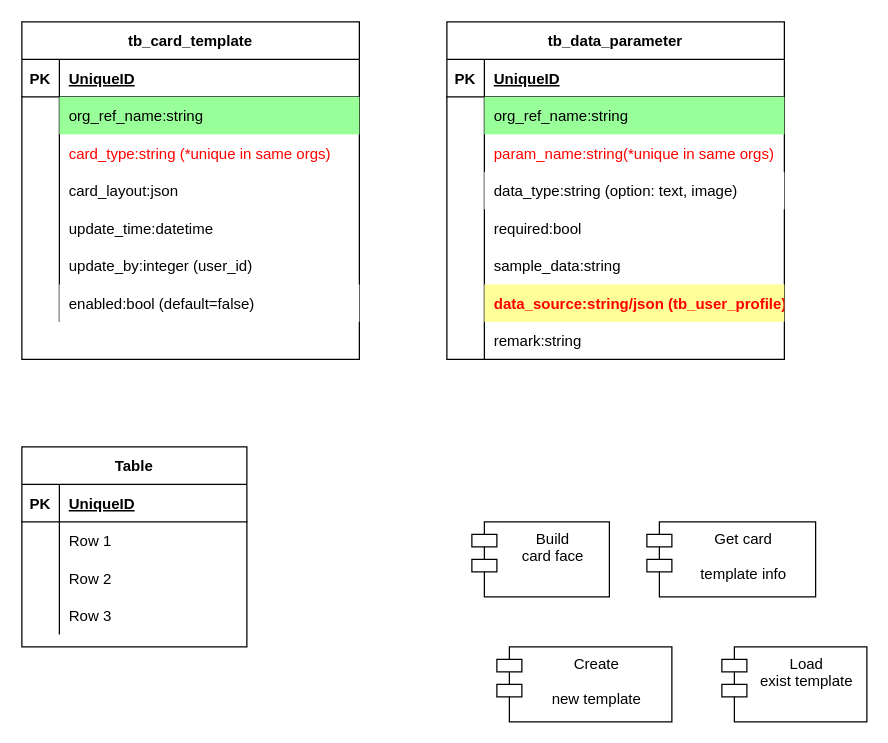
delphihero/MyDocument keeps this draw.io diagram as page "Custom card design" (2 of 4) of SmartPhotoID.drawio. Above is the earlier version. Source tidied: cells renumbered, new cells numbered last; positions are measured from the earlier drawing's top-left corner, leaving out a move shared by most shapes. Both pictures are drawn from the tidied source at 125%, with x=0, y=0 at pixel (21, 21).
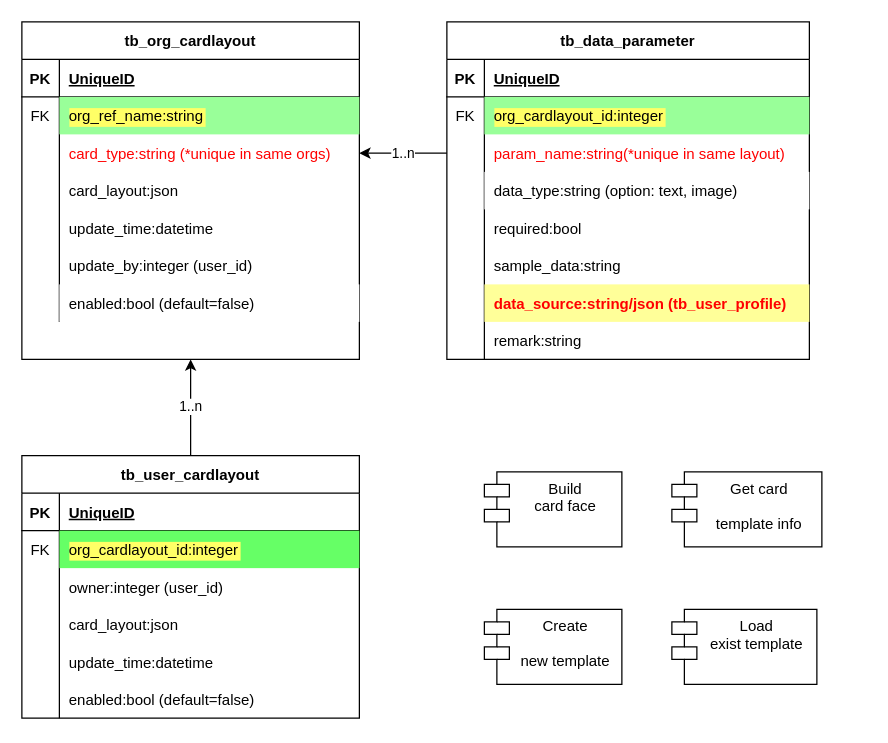
Above is the later version.

Unchanged cells that the change refers to:
```xml
<mxCell id="6" style="shape=partialRectangle;fillColor=none;top=0;left=0;bottom=0;right=0;" parent="2" vertex="1">
  <mxGeometry y="60" width="270" height="30" as="geometry" />
</mxCell>
<mxCell id="9" style="shape=partialRectangle;fillColor=none;top=0;left=0;bottom=0;right=0;points=[[0,0.5],[1,0.5]];portConstraint=eastwest;" parent="2" vertex="1">
  <mxGeometry y="90" width="270" height="30" as="geometry" />
</mxCell>
```

Change to the diagram source:
```diff
@@
-    <mxCell id="2" value="tb_card_template" style="shape=table;startSize=30;childLayout=tableLayout;rowLines=0;fontStyle=1;align=center;rounded=0;shadow=0;glass=0;sketch=0;" parent="1" vertex="1">
+    <mxCell id="2" value="tb_org_cardlayout" style="shape=table;startSize=30;childLayout=tableLayout;rowLines=0;fontStyle=1;align=center;rounded=0;shadow=0;glass=0;sketch=0;labelBackgroundColor=default;" parent="1" vertex="1">
       <mxGeometry width="270" height="270" as="geometry" />
     </mxCell>
@@
-    <mxCell id="7" style="shape=partialRectangle;fillColor=none;top=0;left=0;bottom=0;right=0;overflow=hidden;" parent="6" vertex="1">
+    <mxCell id="7" value="FK" style="shape=partialRectangle;fillColor=none;top=0;left=0;bottom=0;right=0;overflow=hidden;" parent="6" vertex="1">
       <mxGeometry width="30" height="30" as="geometry" />
     </mxCell>
-    <mxCell id="8" value="org_ref_name:string" style="shape=partialRectangle;fillColor=#99FF99;top=0;left=0;bottom=0;right=0;align=left;spacingLeft=6;overflow=hidden;" parent="6" vertex="1">
+    <mxCell id="8" value="org_ref_name:string" style="shape=partialRectangle;fillColor=#99FF99;top=0;left=0;bottom=0;right=0;align=left;spacingLeft=6;overflow=hidden;labelBackgroundColor=#FFFF66;" parent="6" vertex="1">
       <mxGeometry x="30" width="240" height="30" as="geometry" />
     </mxCell>
@@
     <mxCell id="24" value="tb_data_parameter" style="shape=table;startSize=30;childLayout=tableLayout;rowLines=0;fontStyle=1;align=center;rounded=0;shadow=0;glass=0;sketch=0;fontColor=#000000;" parent="1" vertex="1">
-      <mxGeometry x="340" width="270" height="270" as="geometry" />
+      <mxGeometry x="340" width="290" height="270" as="geometry" />
     </mxCell>
     <mxCell id="25" style="shape=partialRectangle;fillColor=none;top=0;left=0;bottom=1;right=0;" parent="24" vertex="1">
-      <mxGeometry y="30" width="270" height="30" as="geometry" />
+      <mxGeometry y="30" width="290" height="30" as="geometry" />
     </mxCell>
@@
     <mxCell id="27" value="UniqueID" style="shape=partialRectangle;fillColor=none;top=0;left=0;bottom=0;right=0;align=left;spacingLeft=6;fontStyle=5;overflow=hidden;" parent="25" vertex="1">
-      <mxGeometry x="30" width="240" height="30" as="geometry" />
+      <mxGeometry x="30" width="260" height="30" as="geometry" />
     </mxCell>
     <mxCell id="28" style="shape=partialRectangle;fillColor=none;top=0;left=0;bottom=0;right=0;" parent="24" vertex="1">
-      <mxGeometry y="60" width="270" height="30" as="geometry" />
+      <mxGeometry y="60" width="290" height="30" as="geometry" />
     </mxCell>
-    <mxCell id="29" style="shape=partialRectangle;fillColor=none;top=0;left=0;bottom=0;right=0;overflow=hidden;" parent="28" vertex="1">
+    <mxCell id="29" value="FK" style="shape=partialRectangle;fillColor=none;top=0;left=0;bottom=0;right=0;overflow=hidden;" parent="28" vertex="1">
       <mxGeometry width="30" height="30" as="geometry" />
     </mxCell>
-    <mxCell id="30" value="org_ref_name:string" style="shape=partialRectangle;fillColor=#99FF99;top=0;left=0;bottom=0;right=0;align=left;spacingLeft=6;overflow=hidden;" parent="28" vertex="1">
-      <mxGeometry x="30" width="240" height="30" as="geometry" />
+    <mxCell id="30" value="org_cardlayout_id:integer" style="shape=partialRectangle;fillColor=#99FF99;top=0;left=0;bottom=0;right=0;align=left;spacingLeft=6;overflow=hidden;labelBackgroundColor=#FFFF66;" parent="28" vertex="1">
+      <mxGeometry x="30" width="260" height="30" as="geometry" />
     </mxCell>
     <mxCell id="31" style="shape=partialRectangle;fillColor=none;top=0;left=0;bottom=0;right=0;points=[[0,0.5],[1,0.5]];portConstraint=eastwest;" parent="24" vertex="1">
-      <mxGeometry y="90" width="270" height="30" as="geometry" />
+      <mxGeometry y="90" width="290" height="30" as="geometry" />
     </mxCell>
@@
-    <mxCell id="33" value="param_name:string(*unique in same orgs)" style="shape=partialRectangle;fillColor=none;top=0;left=0;bottom=0;right=0;align=left;spacingLeft=6;overflow=hidden;fontColor=#FF0000;" parent="31" vertex="1">
-      <mxGeometry x="30" width="240" height="30" as="geometry" />
+    <mxCell id="33" value="param_name:string(*unique in same layout)" style="shape=partialRectangle;fillColor=none;top=0;left=0;bottom=0;right=0;align=left;spacingLeft=6;overflow=hidden;fontColor=#FF0000;" parent="31" vertex="1">
+      <mxGeometry x="30" width="260" height="30" as="geometry" />
     </mxCell>
     <mxCell id="34" style="shape=partialRectangle;fillColor=none;top=0;left=0;bottom=0;right=0;" parent="24" vertex="1">
-      <mxGeometry y="120" width="270" height="30" as="geometry" />
+      <mxGeometry y="120" width="290" height="30" as="geometry" />
     </mxCell>
@@
     <mxCell id="36" value="data_type:string (option: text, image)" style="shape=partialRectangle;fillColor=#FFFFFF;top=0;left=0;bottom=0;right=0;align=left;spacingLeft=6;overflow=hidden;" parent="34" vertex="1">
-      <mxGeometry x="30" width="240" height="30" as="geometry" />
+      <mxGeometry x="30" width="260" height="30" as="geometry" />
     </mxCell>
     <mxCell id="37" style="shape=partialRectangle;fillColor=none;top=0;left=0;bottom=0;right=0;" parent="24" vertex="1">
-      <mxGeometry y="150" width="270" height="30" as="geometry" />
+      <mxGeometry y="150" width="290" height="30" as="geometry" />
     </mxCell>
@@
     <mxCell id="39" value="required:bool" style="shape=partialRectangle;fillColor=none;top=0;left=0;bottom=0;right=0;align=left;spacingLeft=6;overflow=hidden;" parent="37" vertex="1">
-      <mxGeometry x="30" width="240" height="30" as="geometry" />
+      <mxGeometry x="30" width="260" height="30" as="geometry" />
     </mxCell>
     <mxCell id="40" style="shape=partialRectangle;fillColor=none;top=0;left=0;bottom=0;right=0;" parent="24" vertex="1">
-      <mxGeometry y="180" width="270" height="30" as="geometry" />
+      <mxGeometry y="180" width="290" height="30" as="geometry" />
     </mxCell>
@@
     <mxCell id="42" value="sample_data:string" style="shape=partialRectangle;fillColor=none;top=0;left=0;bottom=0;right=0;align=left;spacingLeft=6;overflow=hidden;" parent="40" vertex="1">
-      <mxGeometry x="30" width="240" height="30" as="geometry" />
+      <mxGeometry x="30" width="260" height="30" as="geometry" />
     </mxCell>
     <mxCell id="43" style="shape=partialRectangle;fillColor=none;top=0;left=0;bottom=0;right=0;" parent="24" vertex="1">
-      <mxGeometry y="210" width="270" height="30" as="geometry" />
+      <mxGeometry y="210" width="290" height="30" as="geometry" />
     </mxCell>
@@
     <mxCell id="45" value="data_source:string/json (tb_user_profile)" style="shape=partialRectangle;fillColor=#FFFF99;top=0;left=0;bottom=0;right=0;align=left;spacingLeft=6;overflow=hidden;fontColor=#FF0000;fontStyle=1;" parent="43" vertex="1">
-      <mxGeometry x="30" width="240" height="30" as="geometry" />
+      <mxGeometry x="30" width="260" height="30" as="geometry" />
     </mxCell>
     <mxCell id="46" style="shape=partialRectangle;fillColor=none;top=0;left=0;bottom=0;right=0;" parent="24" vertex="1">
-      <mxGeometry y="240" width="270" height="30" as="geometry" />
+      <mxGeometry y="240" width="290" height="30" as="geometry" />
     </mxCell>
@@
     <mxCell id="48" value="remark:string" style="shape=partialRectangle;fillColor=none;top=0;left=0;bottom=0;right=0;align=left;spacingLeft=6;overflow=hidden;" parent="46" vertex="1">
-      <mxGeometry x="30" width="240" height="30" as="geometry" />
+      <mxGeometry x="30" width="260" height="30" as="geometry" />
     </mxCell>
     <mxCell id="49" value="Create &#10;&#10;new template" style="shape=module;align=left;spacingLeft=20;align=center;verticalAlign=top;rounded=0;shadow=0;glass=0;sketch=0;fillColor=#FFFFFF;" parent="1" vertex="1">
-      <mxGeometry x="380" y="500" width="140" height="60" as="geometry" />
+      <mxGeometry x="370" y="470" width="110" height="60" as="geometry" />
     </mxCell>
     <mxCell id="50" value="Load&#10;exist template&#10;" style="shape=module;align=left;spacingLeft=20;align=center;verticalAlign=top;rounded=0;shadow=0;glass=0;sketch=0;fillColor=#FFFFFF;" parent="1" vertex="1">
-      <mxGeometry x="560" y="500" width="116" height="60" as="geometry" />
+      <mxGeometry x="520" y="470" width="116" height="60" as="geometry" />
     </mxCell>
     <mxCell id="51" value="Build&#10;card face&#10;" style="shape=module;align=left;spacingLeft=20;align=center;verticalAlign=top;rounded=0;shadow=0;glass=0;sketch=0;fillColor=#FFFFFF;" parent="1" vertex="1">
-      <mxGeometry x="360" y="400" width="110" height="60" as="geometry" />
+      <mxGeometry x="370" y="360" width="110" height="60" as="geometry" />
     </mxCell>
     <mxCell id="52" value="Get card &#10;&#10;template info" style="shape=module;align=left;spacingLeft=20;align=center;verticalAlign=top;" parent="1" vertex="1">
-      <mxGeometry x="500" y="400" width="135" height="60" as="geometry" />
+      <mxGeometry x="520" y="360" width="120" height="60" as="geometry" />
     </mxCell>
+    <mxCell id="66" value="1..n" style="edgeStyle=orthogonalEdgeStyle;rounded=0;jettySize=auto;html=1;fontColor=#000000;fillColor=#E3FF57;entryX=0.5;entryY=1;entryDx=0;entryDy=0;exitX=0.5;exitY=0;exitDx=0;exitDy=0;" parent="1" edge="1" source="53" target="2">
+      <mxGeometry relative="1" as="geometry" />
+    </mxCell>
-    <mxCell id="53" value="Table" style="shape=table;startSize=30;childLayout=tableLayout;rowLines=0;fontStyle=1;align=center;fontColor=#000000;strokeColor=#000000;fillColor=#FFFFFF;" parent="1" vertex="1">
-      <mxGeometry y="340" width="180" height="160" as="geometry" />
+    <mxCell id="53" value="tb_user_cardlayout" style="shape=table;startSize=30;childLayout=tableLayout;rowLines=0;fontStyle=1;align=center;fontColor=#000000;strokeColor=#000000;fillColor=#FFFFFF;" parent="1" vertex="1">
+      <mxGeometry y="347" width="270" height="210" as="geometry" />
     </mxCell>
     <mxCell id="54" style="shape=partialRectangle;fillColor=none;top=0;left=0;bottom=1;right=0;" parent="53" vertex="1">
-      <mxGeometry y="30" width="180" height="30" as="geometry" />
+      <mxGeometry y="30" width="270" height="30" as="geometry" />
     </mxCell>
@@
     <mxCell id="56" value="UniqueID" style="shape=partialRectangle;fillColor=none;top=0;left=0;bottom=0;right=0;align=left;spacingLeft=6;fontStyle=5;overflow=hidden;" parent="54" vertex="1">
-      <mxGeometry x="30" width="150" height="30" as="geometry" />
+      <mxGeometry x="30" width="240" height="30" as="geometry" />
     </mxCell>
+    <mxCell id="60" style="shape=partialRectangle;fillColor=none;top=0;left=0;bottom=0;right=0;" parent="53" vertex="1">
+      <mxGeometry y="60" width="270" height="30" as="geometry" />
+    </mxCell>
+    <mxCell id="61" value="FK" style="shape=partialRectangle;fillColor=none;top=0;left=0;bottom=0;right=0;overflow=hidden;" parent="60" vertex="1">
+      <mxGeometry width="30" height="30" as="geometry" />
+    </mxCell>
+    <mxCell id="62" value="org_cardlayout_id:integer" style="shape=partialRectangle;fillColor=#66FF66;top=0;left=0;bottom=0;right=0;align=left;spacingLeft=6;overflow=hidden;labelBackgroundColor=#FFFF66;" parent="60" vertex="1">
+      <mxGeometry x="30" width="240" height="30" as="geometry" />
+    </mxCell>
     <mxCell id="57" style="shape=partialRectangle;fillColor=none;top=0;left=0;bottom=0;right=0;" parent="53" vertex="1">
-      <mxGeometry y="60" width="180" height="30" as="geometry" />
+      <mxGeometry y="90" width="270" height="30" as="geometry" />
     </mxCell>
@@
-    <mxCell id="59" value="Row 1" style="shape=partialRectangle;fillColor=none;top=0;left=0;bottom=0;right=0;align=left;spacingLeft=6;overflow=hidden;" parent="57" vertex="1">
-      <mxGeometry x="30" width="150" height="30" as="geometry" />
+    <mxCell id="59" value="owner:integer (user_id)" style="shape=partialRectangle;fillColor=none;top=0;left=0;bottom=0;right=0;align=left;spacingLeft=6;overflow=hidden;" parent="57" vertex="1">
+      <mxGeometry x="30" width="240" height="30" as="geometry" />
     </mxCell>
-    <mxCell id="60" style="shape=partialRectangle;fillColor=none;top=0;left=0;bottom=0;right=0;" parent="53" vertex="1">
-      <mxGeometry y="90" width="180" height="30" as="geometry" />
-    </mxCell>
-    <mxCell id="61" style="shape=partialRectangle;fillColor=none;top=0;left=0;bottom=0;right=0;overflow=hidden;" parent="60" vertex="1">
-      <mxGeometry width="30" height="30" as="geometry" />
-    </mxCell>
-    <mxCell id="62" value="Row 2" style="shape=partialRectangle;fillColor=none;top=0;left=0;bottom=0;right=0;align=left;spacingLeft=6;overflow=hidden;" parent="60" vertex="1">
-      <mxGeometry x="30" width="150" height="30" as="geometry" />
-    </mxCell>
     <mxCell id="63" style="shape=partialRectangle;fillColor=none;top=0;left=0;bottom=0;right=0;" parent="53" vertex="1">
-      <mxGeometry y="120" width="180" height="30" as="geometry" />
+      <mxGeometry y="120" width="270" height="30" as="geometry" />
     </mxCell>
@@
-    <mxCell id="65" value="Row 3" style="shape=partialRectangle;fillColor=none;top=0;left=0;bottom=0;right=0;align=left;spacingLeft=6;overflow=hidden;" parent="63" vertex="1">
-      <mxGeometry x="30" width="150" height="30" as="geometry" />
+    <mxCell id="65" value="card_layout:json" style="shape=partialRectangle;fillColor=none;top=0;left=0;bottom=0;right=0;align=left;spacingLeft=6;overflow=hidden;" parent="63" vertex="1">
+      <mxGeometry x="30" width="240" height="30" as="geometry" />
     </mxCell>
+    <mxCell id="67" style="shape=partialRectangle;fillColor=none;top=0;left=0;bottom=0;right=0;" parent="53" vertex="1">
+      <mxGeometry y="150" width="270" height="30" as="geometry" />
+    </mxCell>
+    <mxCell id="68" style="shape=partialRectangle;fillColor=none;top=0;left=0;bottom=0;right=0;overflow=hidden;" parent="67" vertex="1">
+      <mxGeometry width="30" height="30" as="geometry" />
+    </mxCell>
+    <mxCell id="69" value="update_time:datetime" style="shape=partialRectangle;fillColor=none;top=0;left=0;bottom=0;right=0;align=left;spacingLeft=6;overflow=hidden;" parent="67" vertex="1">
+      <mxGeometry x="30" width="240" height="30" as="geometry" />
+    </mxCell>
+    <mxCell id="70" style="shape=partialRectangle;fillColor=none;top=0;left=0;bottom=0;right=0;" parent="53" vertex="1">
+      <mxGeometry y="180" width="270" height="30" as="geometry" />
+    </mxCell>
+    <mxCell id="71" style="shape=partialRectangle;fillColor=none;top=0;left=0;bottom=0;right=0;overflow=hidden;" parent="70" vertex="1">
+      <mxGeometry width="30" height="30" as="geometry" />
+    </mxCell>
+    <mxCell id="72" value="enabled:bool (default=false)" style="shape=partialRectangle;fillColor=none;top=0;left=0;bottom=0;right=0;align=left;spacingLeft=6;overflow=hidden;" parent="70" vertex="1">
+      <mxGeometry x="30" width="240" height="30" as="geometry" />
+    </mxCell>
+    <mxCell id="73" value="1..n" style="edgeStyle=orthogonalEdgeStyle;rounded=0;jettySize=auto;html=1;entryX=1;entryY=0.5;entryDx=0;entryDy=0;fontColor=#000000;fillColor=#E3FF57;" parent="1" edge="1" source="31" target="9">
+      <mxGeometry relative="1" as="geometry" />
+    </mxCell>
```
